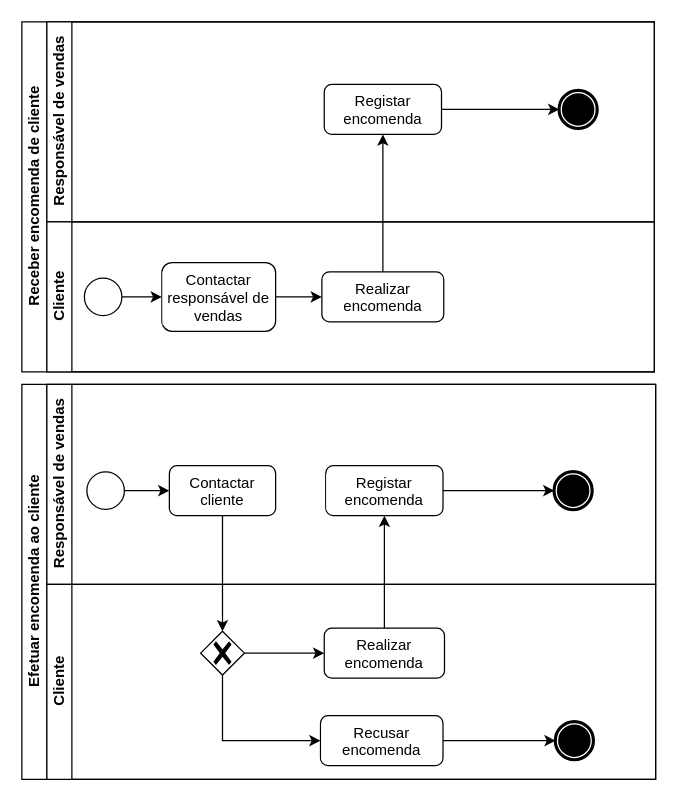
Earlier version of the draw.io diagram page "Encomenda" (1 of 4) of docs/bpmn.drawio (joaobraganca555/GlobalTech_ETL). Source tidied: cells renumbered, new cells numbered last; positions are measured from the earlier drawing's top-left corner, leaving out a move shared by most shapes. Both pictures are drawn from the tidied source at 125%, with x=0, y=0 at pixel (21, 21).
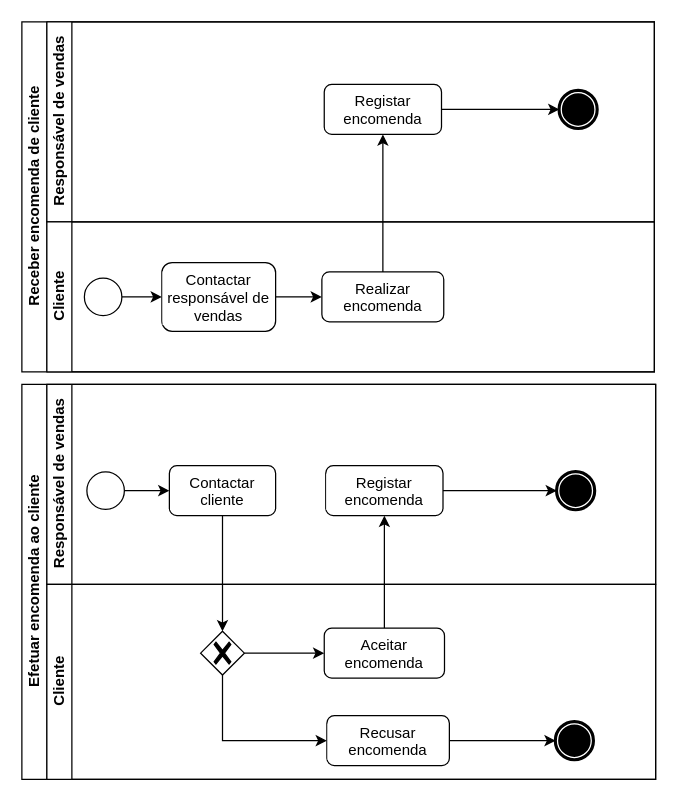
The same page after the edit.

Unchanged cells that the change refers to:
```xml
<mxCell id="23" value="Responsável de vendas" style="swimlane;html=1;startSize=20;horizontal=0;" parent="19" vertex="1">
  <mxGeometry x="20" width="487" height="160" as="geometry" />
</mxCell>
<mxCell id="33" value="Cliente" style="swimlane;html=1;startSize=20;horizontal=0;" parent="19" vertex="1">
  <mxGeometry x="20" y="160" width="487" height="156" as="geometry" />
</mxCell>
```

The edit, as a diff of the source:
```diff
@@
     <mxCell id="27" style="points=[[0.145,0.145,0],[0.5,0,0],[0.855,0.145,0],[1,0.5,0],[0.855,0.855,0],[0.5,1,0],[0.145,0.855,0],[0,0.5,0]];shape=mxgraph.bpmn.event;html=1;verticalLabelPosition=bottom;labelBackgroundColor=#ffffff;verticalAlign=top;align=center;perimeter=ellipsePerimeter;outlineConnect=0;outline=end;symbol=terminate;" parent="23" vertex="1">
-      <mxGeometry x="406" y="70" width="30" height="30" as="geometry" />
+      <mxGeometry x="408" y="70" width="30" height="30" as="geometry" />
     </mxCell>
@@
-    <mxCell id="35" value="Realizar&lt;br&gt;encomenda" style="whiteSpace=wrap;html=1;verticalAlign=top;rounded=1;labelBackgroundColor=#ffffff;" parent="33" vertex="1">
+    <mxCell id="35" value="Aceitar encomenda" style="whiteSpace=wrap;html=1;verticalAlign=top;rounded=1;labelBackgroundColor=#ffffff;" parent="33" vertex="1">
       <mxGeometry x="221.9" y="35" width="96.2" height="40" as="geometry" />
     </mxCell>
@@
     <mxCell id="40" value="Recusar encomenda" style="whiteSpace=wrap;html=1;verticalAlign=top;rounded=1;labelBackgroundColor=#ffffff;" parent="33" vertex="1">
-      <mxGeometry x="218.9" y="105" width="98" height="40" as="geometry" />
+      <mxGeometry x="224" y="105" width="98" height="40" as="geometry" />
     </mxCell>
```
